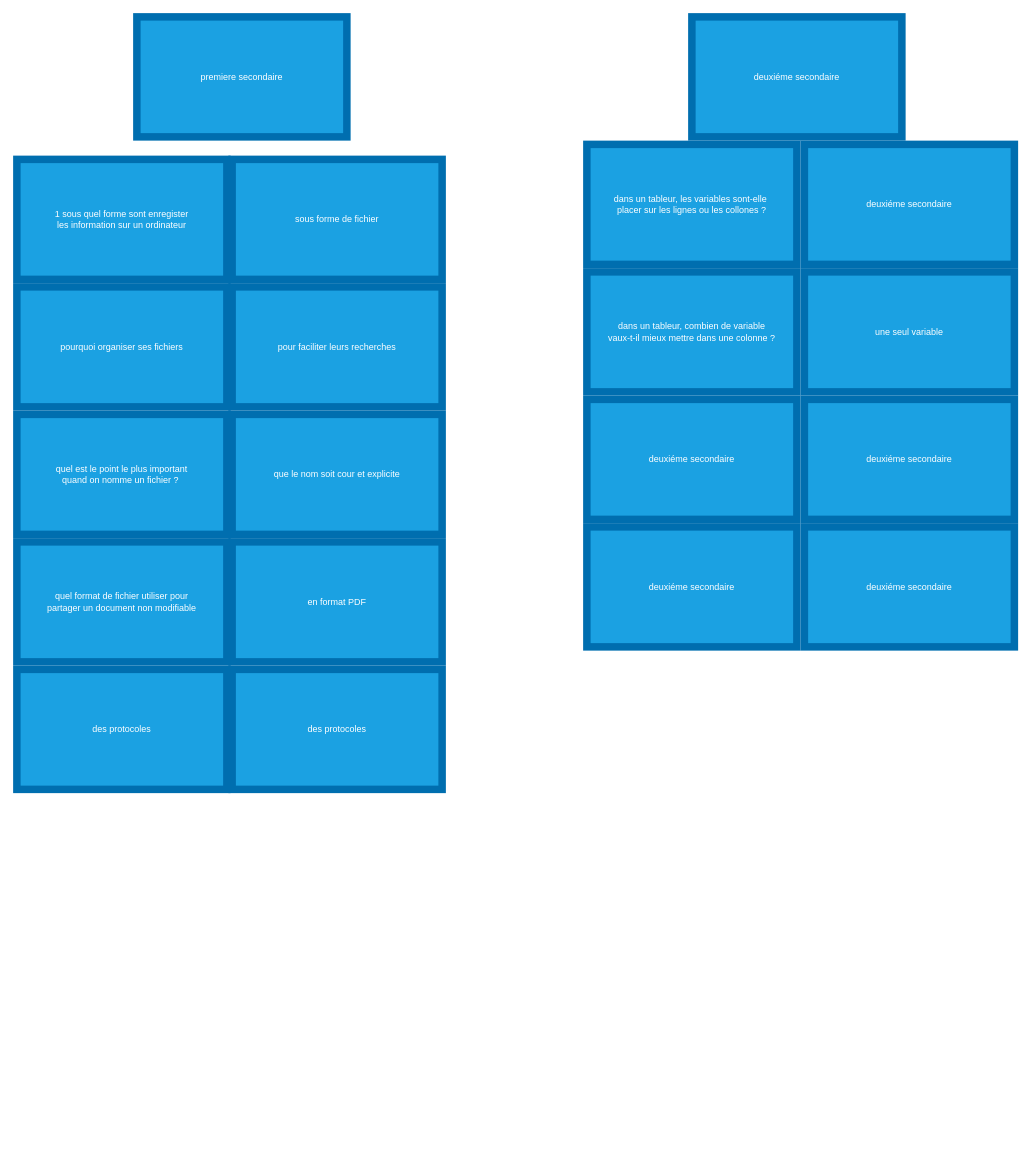
Above: carte chapitre 3.drawio in mathieu1902/cours-info-s-cu-helha (draw.io), before the change. Source tidied: cells renumbered, new cells numbered last; positions are measured from the earlier drawing's top-left corner, leaving out a move shared by most shapes. Both pictures are drawn from the tidied source at 75%, with x=0, y=0 at pixel (16, 16).
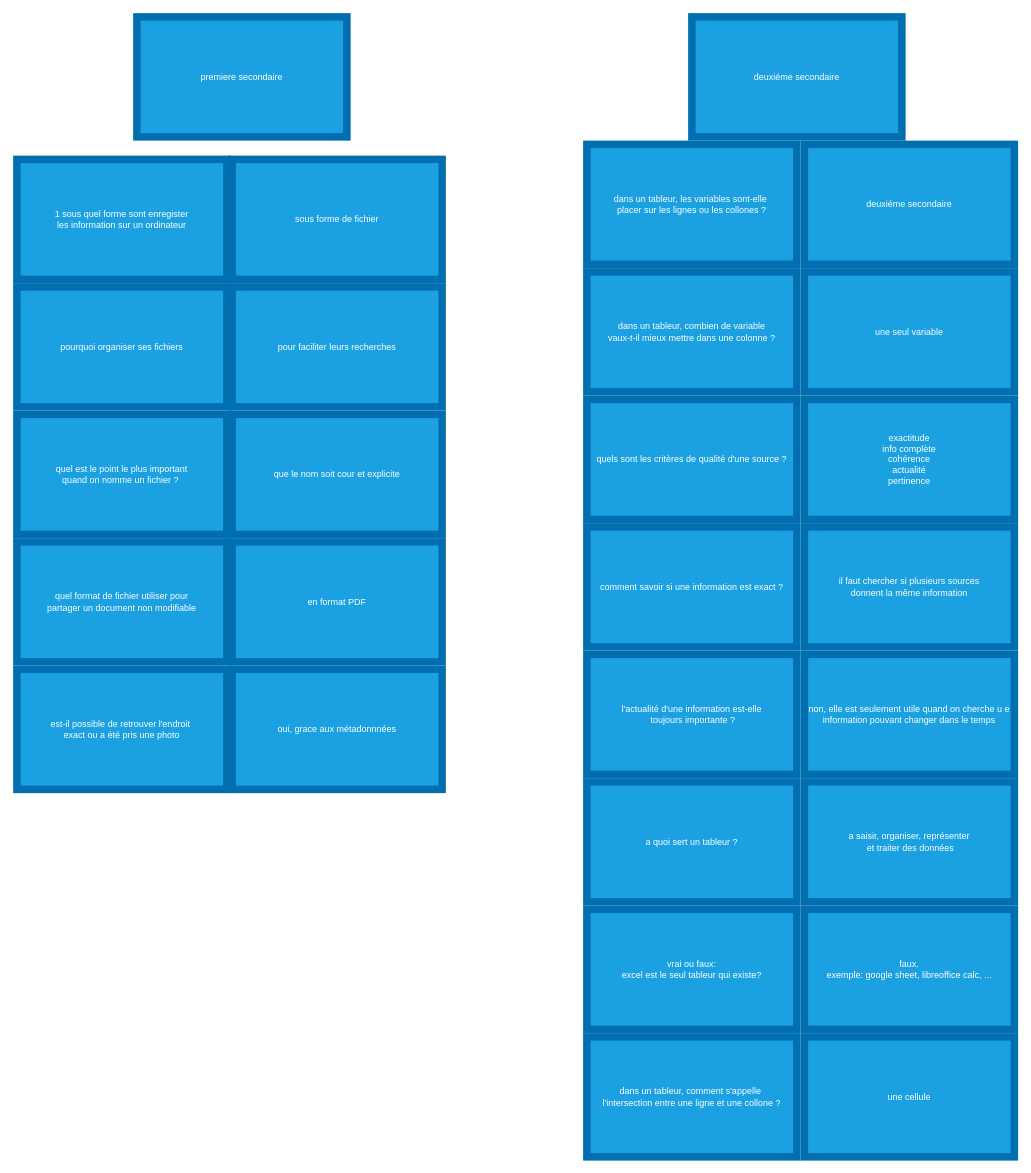
After the change.

Commit message (it also covers changes not shown here):
finalisation chap 3

Change to the diagram source:
```diff
@@
-    <mxCell id="10" value="des protocoles" style="rounded=0;whiteSpace=wrap;html=1;fillColor=light-dark(#1BA1E2,#FFFFFF);fontColor=#ffffff;strokeColor=light-dark(#006EAF,#66CC00);strokeWidth=10;" parent="1" vertex="1">
+    <mxCell id="10" value="est-il possible de retrouver l'endroit&amp;nbsp;&lt;div&gt;exact&lt;span style=&quot;background-color: transparent; color: light-dark(rgb(255, 255, 255), rgb(18, 18, 18));&quot;&gt;&amp;nbsp;ou a été pris une photo&lt;/span&gt;&lt;/div&gt;" style="rounded=0;whiteSpace=wrap;html=1;fillColor=light-dark(#1BA1E2,#FFFFFF);fontColor=#ffffff;strokeColor=light-dark(#006EAF,#66CC00);strokeWidth=10;" parent="1" vertex="1">
       <mxGeometry y="870" width="280" height="160" as="geometry" />
     </mxCell>
-    <mxCell id="11" value="des protocoles" style="rounded=0;whiteSpace=wrap;html=1;fillColor=light-dark(#1BA1E2,#FFFFFF);fontColor=#ffffff;strokeColor=light-dark(#006EAF,#66CC00);strokeWidth=10;" parent="1" vertex="1">
+    <mxCell id="11" value="oui, grace aux métadonnnées" style="rounded=0;whiteSpace=wrap;html=1;fillColor=light-dark(#1BA1E2,#FFFFFF);fontColor=#ffffff;strokeColor=light-dark(#006EAF,#66CC00);strokeWidth=10;" parent="1" vertex="1">
       <mxGeometry x="287" y="870" width="280" height="160" as="geometry" />
     </mxCell>
@@
-    <mxCell id="18" value="deuxiéme secondaire" style="rounded=0;whiteSpace=wrap;html=1;fillColor=light-dark(#1BA1E2,#FFFFFF);fontColor=#ffffff;strokeColor=#006EAF;strokeWidth=10;" parent="1" vertex="1">
+    <mxCell id="18" value="comment savoir si une information est exact ?" style="rounded=0;whiteSpace=wrap;html=1;fillColor=light-dark(#1BA1E2,#FFFFFF);fontColor=#ffffff;strokeColor=#006EAF;strokeWidth=10;" parent="1" vertex="1">
       <mxGeometry x="760" y="680" width="280" height="160" as="geometry" />
     </mxCell>
-    <mxCell id="19" value="deuxiéme secondaire" style="rounded=0;whiteSpace=wrap;html=1;fillColor=light-dark(#1BA1E2,#FFFFFF);fontColor=#ffffff;strokeColor=#006EAF;strokeWidth=10;" parent="1" vertex="1">
+    <mxCell id="19" value="il faut chercher si plusieurs sources&lt;div&gt;&amp;nbsp;donnent la même information&amp;nbsp;&lt;/div&gt;" style="rounded=0;whiteSpace=wrap;html=1;fillColor=light-dark(#1BA1E2,#FFFFFF);fontColor=#ffffff;strokeColor=#006EAF;strokeWidth=10;" parent="1" vertex="1">
       <mxGeometry x="1050" y="680" width="280" height="160" as="geometry" />
     </mxCell>
-    <mxCell id="20" value="deuxiéme secondaire" style="rounded=0;whiteSpace=wrap;html=1;fillColor=light-dark(#1BA1E2,#FFFFFF);fontColor=#ffffff;strokeColor=#006EAF;strokeWidth=10;" parent="1" vertex="1">
+    <mxCell id="20" value="exactitude&lt;div&gt;info complète&lt;/div&gt;&lt;div&gt;cohérence&lt;/div&gt;&lt;div&gt;actualité&lt;/div&gt;&lt;div&gt;pertinence&lt;/div&gt;" style="rounded=0;whiteSpace=wrap;html=1;fillColor=light-dark(#1BA1E2,#FFFFFF);fontColor=#ffffff;strokeColor=#006EAF;strokeWidth=10;" parent="1" vertex="1">
       <mxGeometry x="1050" y="510" width="280" height="160" as="geometry" />
     </mxCell>
-    <mxCell id="21" value="deuxiéme secondaire" style="rounded=0;whiteSpace=wrap;html=1;fillColor=light-dark(#1BA1E2,#FFFFFF);fontColor=#ffffff;strokeColor=#006EAF;strokeWidth=10;" parent="1" vertex="1">
+    <mxCell id="21" value="quels sont les critères de qualité d'une source ?" style="rounded=0;whiteSpace=wrap;html=1;fillColor=light-dark(#1BA1E2,#FFFFFF);fontColor=#ffffff;strokeColor=#006EAF;strokeWidth=10;" parent="1" vertex="1">
       <mxGeometry x="760" y="510" width="280" height="160" as="geometry" />
     </mxCell>
+    <mxCell id="22" value="a quoi sert un tableur ?" style="rounded=0;whiteSpace=wrap;html=1;fillColor=light-dark(#1BA1E2,#FFFFFF);fontColor=#ffffff;strokeColor=#006EAF;strokeWidth=10;" parent="1" vertex="1">
+      <mxGeometry x="760" y="1020" width="280" height="160" as="geometry" />
+    </mxCell>
+    <mxCell id="23" value="a saisir, organiser, représenter&lt;div&gt;&amp;nbsp;et traiter des données&lt;/div&gt;" style="rounded=0;whiteSpace=wrap;html=1;fillColor=light-dark(#1BA1E2,#FFFFFF);fontColor=#ffffff;strokeColor=#006EAF;strokeWidth=10;" parent="1" vertex="1">
+      <mxGeometry x="1050" y="1020" width="280" height="160" as="geometry" />
+    </mxCell>
+    <mxCell id="24" value="non, elle est seulement utile quand on cherche u e information pouvant changer dans le temps" style="rounded=0;whiteSpace=wrap;html=1;fillColor=light-dark(#1BA1E2,#FFFFFF);fontColor=#ffffff;strokeColor=#006EAF;strokeWidth=10;" parent="1" vertex="1">
+      <mxGeometry x="1050" y="850" width="280" height="160" as="geometry" />
+    </mxCell>
+    <mxCell id="25" value="l'actualité d'une information est-elle&lt;div&gt;&amp;nbsp;toujours importante ?&lt;/div&gt;" style="rounded=0;whiteSpace=wrap;html=1;fillColor=light-dark(#1BA1E2,#FFFFFF);fontColor=#ffffff;strokeColor=#006EAF;strokeWidth=10;" parent="1" vertex="1">
+      <mxGeometry x="760" y="850" width="280" height="160" as="geometry" />
+    </mxCell>
+    <mxCell id="26" value="une cellule" style="rounded=0;whiteSpace=wrap;html=1;fillColor=light-dark(#1BA1E2,#FFFFFF);fontColor=#ffffff;strokeColor=#006EAF;strokeWidth=10;" parent="1" vertex="1">
+      <mxGeometry x="1050" y="1360" width="280" height="160" as="geometry" />
+    </mxCell>
+    <mxCell id="27" value="dans un tableur, comment s'appelle&amp;nbsp;&lt;div&gt;l'intersection entre une ligne et une collone ?&lt;/div&gt;" style="rounded=0;whiteSpace=wrap;html=1;fillColor=light-dark(#1BA1E2,#FFFFFF);fontColor=#ffffff;strokeColor=#006EAF;strokeWidth=10;" parent="1" vertex="1">
+      <mxGeometry x="760" y="1360" width="280" height="160" as="geometry" />
+    </mxCell>
+    <mxCell id="28" value="faux.&lt;div&gt;exemple: google sheet, libreoffice calc, ...&lt;/div&gt;" style="rounded=0;whiteSpace=wrap;html=1;fillColor=light-dark(#1BA1E2,#FFFFFF);fontColor=#ffffff;strokeColor=#006EAF;strokeWidth=10;" parent="1" vertex="1">
+      <mxGeometry x="1050" y="1190" width="280" height="160" as="geometry" />
+    </mxCell>
+    <mxCell id="29" value="&lt;div&gt;vrai ou faux:&lt;/div&gt;excel est le seul tableur qui existe?" style="rounded=0;whiteSpace=wrap;html=1;fillColor=light-dark(#1BA1E2,#FFFFFF);fontColor=#ffffff;strokeColor=#006EAF;strokeWidth=10;" parent="1" vertex="1">
+      <mxGeometry x="760" y="1190" width="280" height="160" as="geometry" />
+    </mxCell>
```
